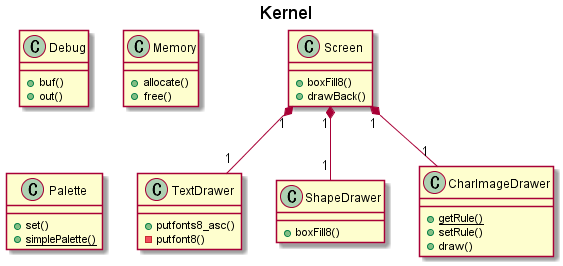
Before: doc/diagrams/out/overview/Kernel.png, a diagram exported from PlantUML (takowasaby/kaOS).
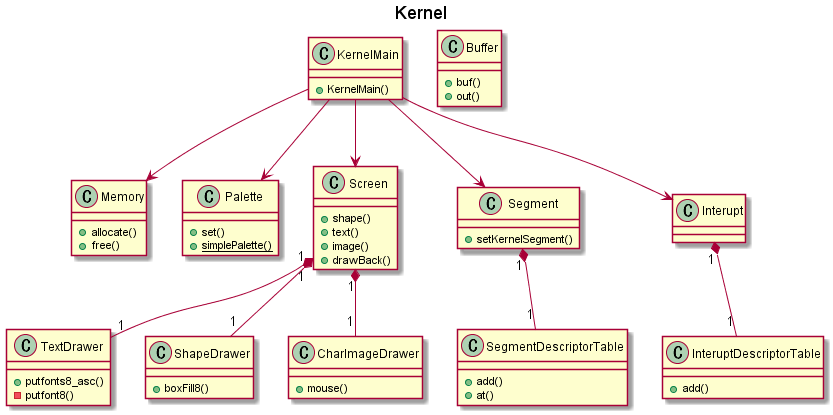
The same file after the commit.

What changed in the source:
```diff
@@ -2,7 +2,11 @@
 
 title Kernel
 
-class Debug {
+class KernelMain {
+    +KernelMain()
+}
+
+class Buffer {
     +buf()
     +out()
 }
@@ -18,7 +22,9 @@
 }
 
 class Screen {
-    +boxFill8()
+    +shape()
+    +text()
+    +image()
     +drawBack()
 }
 
@@ -32,13 +38,34 @@
 }
 
 class CharImageDrawer {
-    {static}+getRule()
-    +setRule()
-    +draw()
+    +mouse()
 }
 
+class Segment {
+    +setKernelSegment()
+}
+
+class SegmentDescriptorTable {
+    +add()
+    +at()
+}
+
+class Interupt {
+}
+
+class InteruptDescriptorTable {
+    +add()
+}
+
+KernelMain --> Screen
+KernelMain --> Memory
+KernelMain --> Palette
+KernelMain --> Segment
+KernelMain --> Interupt
 Screen "1" *-- "1" TextDrawer
 Screen "1" *-- "1" ShapeDrawer
 Screen "1" *-- "1" CharImageDrawer
+Segment "1" *-- "1" SegmentDescriptorTable
+Interupt "1" *-- "1" InteruptDescriptorTable
 
 @enduml
```
